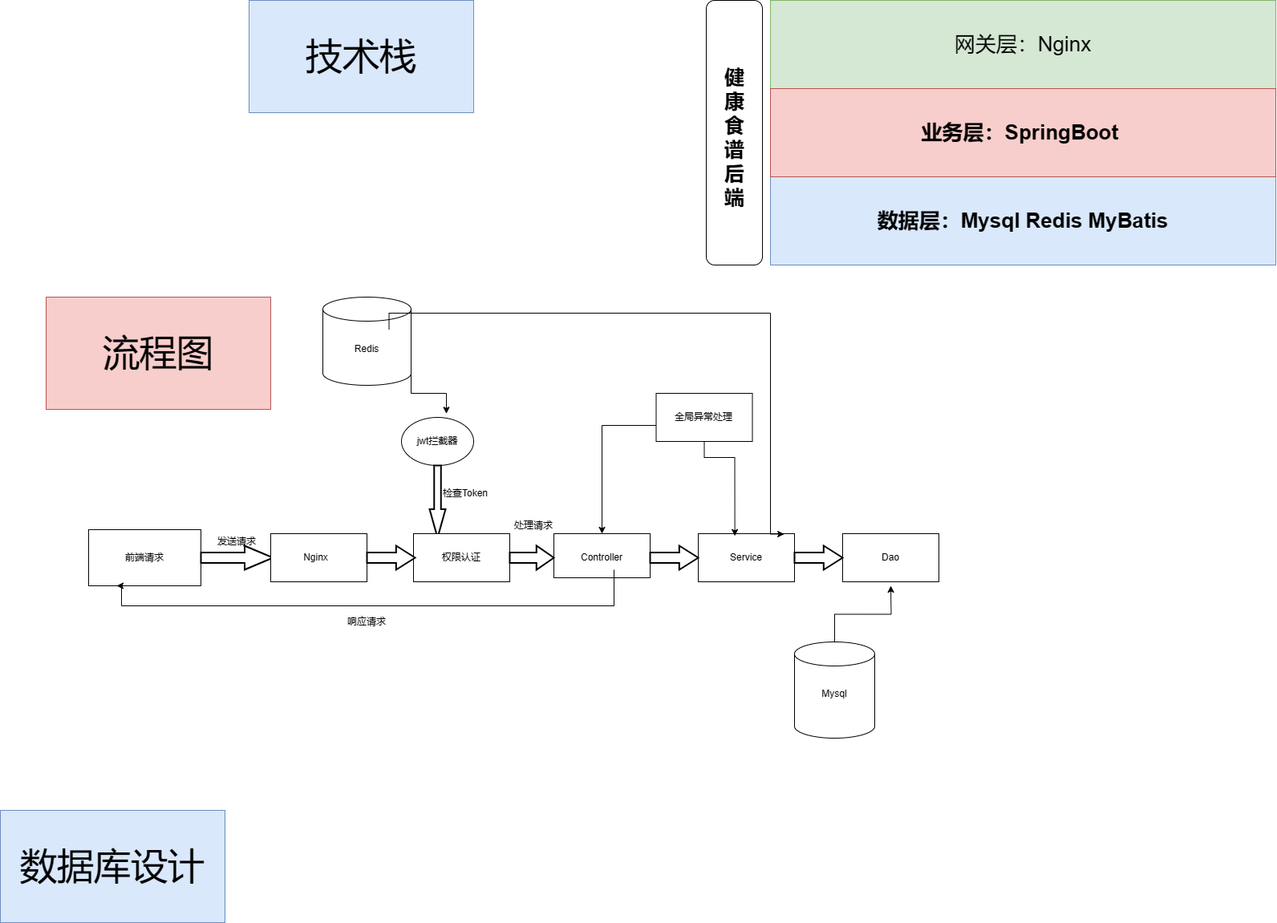
This is 健康食谱后端.png from wangXingRunning/weige.github.io, a draw.io export, as it was before one commit. Source tidied: cells renumbered, new cells last; positions are measured from the earlier drawing's top-left corner, leaving out a move shared by most shapes.
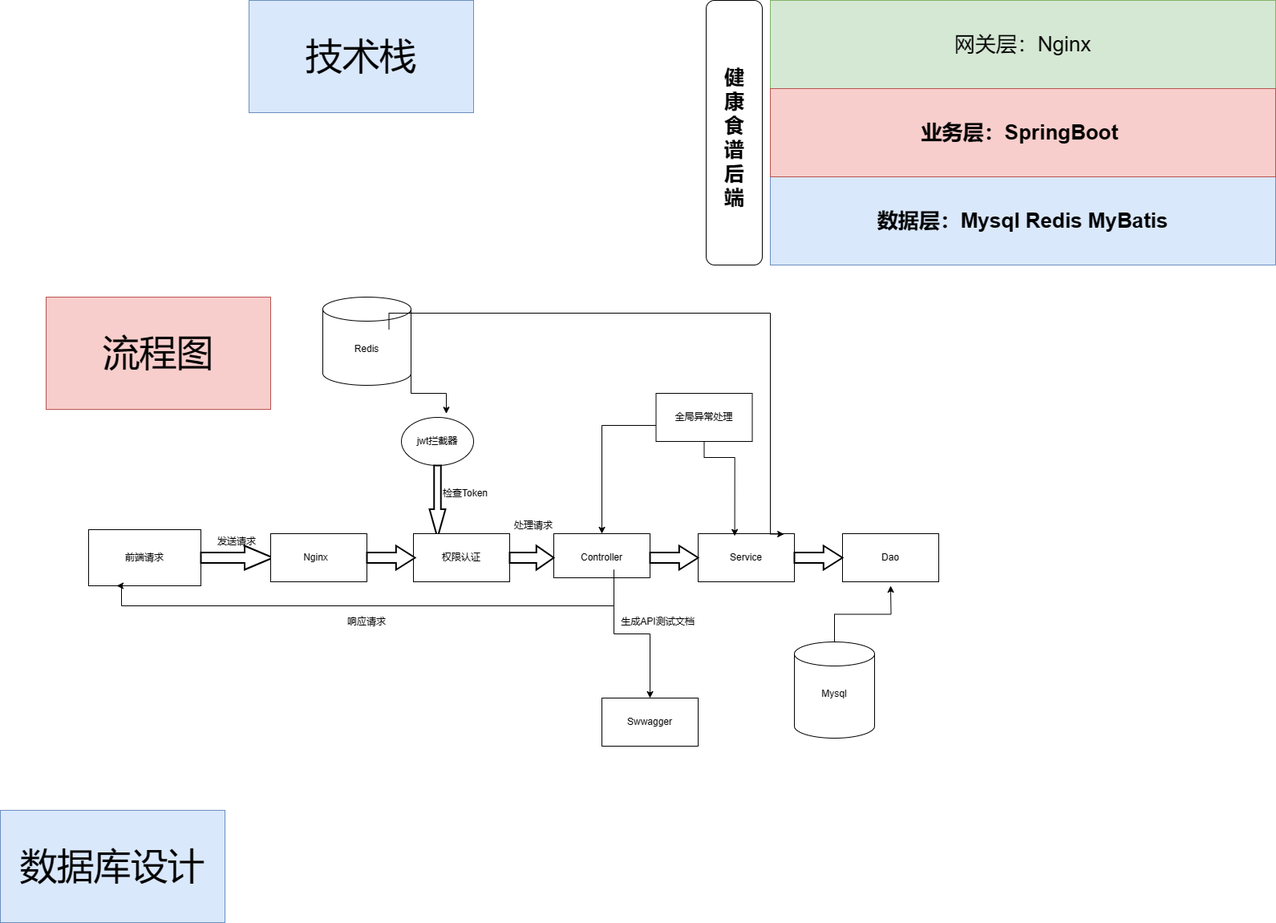
After the change.

Commit message:
更新健康食谱后端.png

Diff of the diagram source:
```diff
@@ -111,6 +111,9 @@
         </Array>
       </mxGeometry>
     </mxCell>
+    <mxCell id="50" style="edgeStyle=orthogonalEdgeStyle;rounded=0;jettySize=auto;html=1;exitX=0.75;exitY=1;exitDx=0;exitDy=0;entryX=0.5;entryY=0;entryDx=0;entryDy=0;" parent="1" edge="1" source="35" target="51">
+      <mxGeometry relative="1" as="geometry" />
+    </mxCell>
     <mxCell id="35" value="Controller" style="text;html=1;strokeColor=none;fillColor=none;align=center;verticalAlign=middle;whiteSpace=wrap;rounded=0;" parent="1" vertex="1">
       <mxGeometry x="720" y="680" width="60" height="30" as="geometry" />
     </mxCell>
@@ -172,5 +175,14 @@
     <mxCell id="49" value="&lt;span style=&quot;font-size: 46px;&quot;&gt;数据库设计&lt;/span&gt;" style="rounded=0;whiteSpace=wrap;html=1;fillColor=#dae8fc;strokeColor=#6c8ebf;" parent="1" vertex="1">
       <mxGeometry y="1010" width="280" height="140" as="geometry" />
     </mxCell>
+    <mxCell id="51" style="rounded=0;whiteSpace=wrap;html=1;" parent="1" vertex="1">
+      <mxGeometry x="750" y="870" width="120" height="60" as="geometry" />
+    </mxCell>
+    <mxCell id="52" value="Swwagger" style="text;html=1;strokeColor=none;fillColor=none;align=center;verticalAlign=middle;whiteSpace=wrap;rounded=0;" parent="1" vertex="1">
+      <mxGeometry x="780" y="885" width="60" height="30" as="geometry" />
+    </mxCell>
+    <mxCell id="53" value="生成API测试文档" style="text;html=1;strokeColor=none;fillColor=none;align=center;verticalAlign=middle;whiteSpace=wrap;rounded=0;" parent="1" vertex="1">
+      <mxGeometry x="770" y="760" width="100" height="30" as="geometry" />
+    </mxCell>
   </root>
 </mxGraphModel>
```
